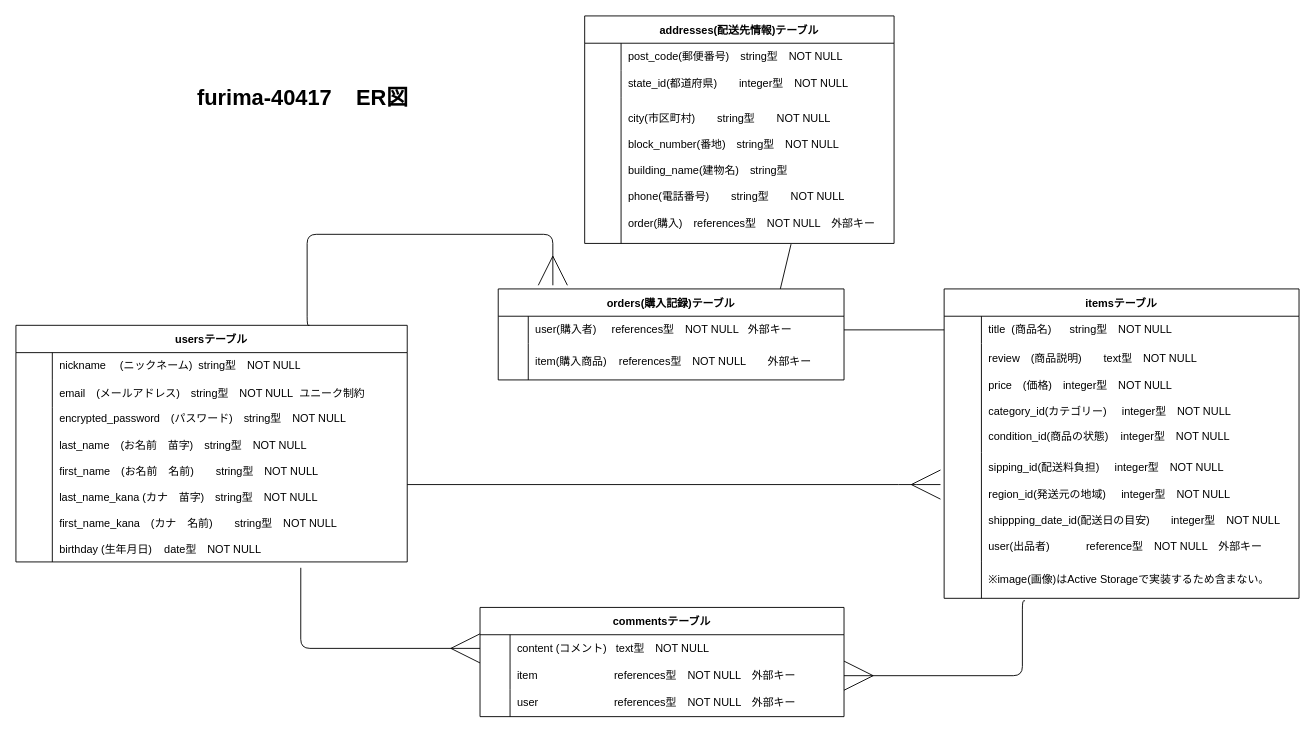
The draw.io diagram app/controllers/saisyuukadai.dio in kumipro/furima-40417, before the edit. Source tidied: cells renumbered, new cells numbered last; positions are measured from the earlier drawing's top-left corner, leaving out a move shared by most shapes. Both pictures are drawn from the tidied source at 91%, with x=0, y=0 at pixel (15, 15).
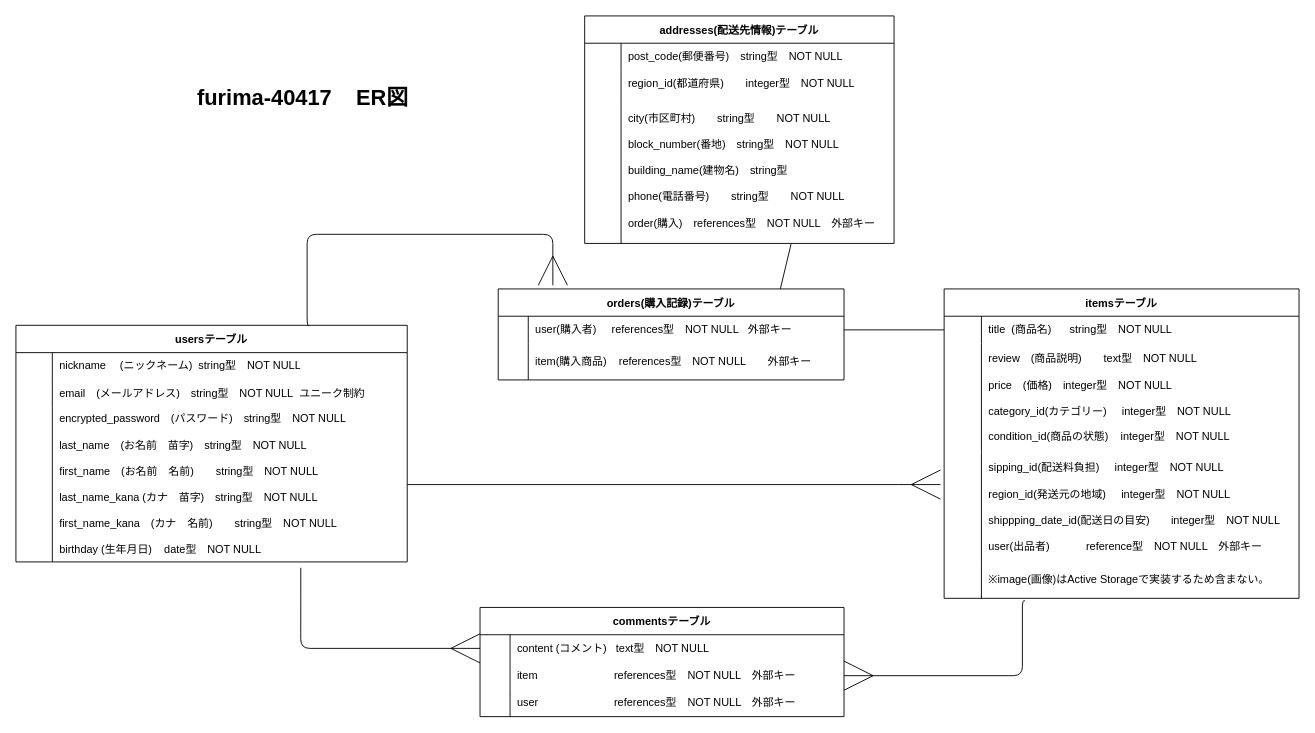
After the change.

Commit message (it also covers changes not shown here):
ER図　READ ME　再々修正

The change refers to these unchanged cells:
```xml
<mxCell id="51" style="shape=tableRow;horizontal=0;startSize=0;swimlaneHead=0;swimlaneBody=0;top=0;left=0;bottom=0;right=0;fillColor=none;strokeColor=default;" parent="47" vertex="1">
  <mxGeometry y="60" width="340" height="30" as="geometry" />
</mxCell>
```

Diff of the diagram source:
```diff
@@
-    <mxCell id="53" value="state_id(都道府県)　　integer型　NOT NULL" style="shape=partialRectangle;html=1;whiteSpace=wrap;fillColor=none;top=0;left=0;bottom=0;right=0;align=left;spacingLeft=6;overflow=hidden;strokeColor=default;" parent="51" vertex="1">
+    <mxCell id="53" value="region_id(都道府県)　　integer型　NOT NULL" style="shape=partialRectangle;html=1;whiteSpace=wrap;fillColor=none;top=0;left=0;bottom=0;right=0;align=left;spacingLeft=6;overflow=hidden;strokeColor=default;" parent="51" vertex="1">
       <mxGeometry x="40" width="300" height="30" as="geometry" />
     </mxCell>
```
